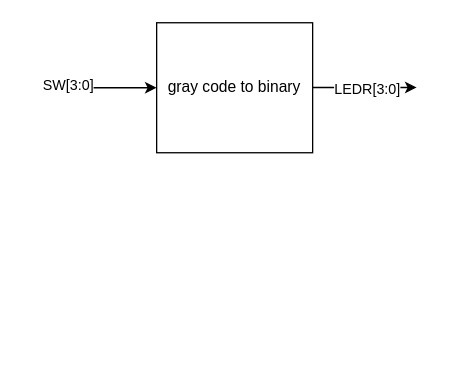
Earlier version of the draw.io diagram page "Gray Code" (4 of 4) of media/Designs.drawio (carloszlopez/DigitalDesignClass). Source tidied: cells renumbered, new cells numbered last; positions are measured from the earlier drawing's top-left corner, leaving out a move shared by most shapes. Both pictures are drawn from the tidied source at 130%, with x=0, y=0 at pixel (52, 22).
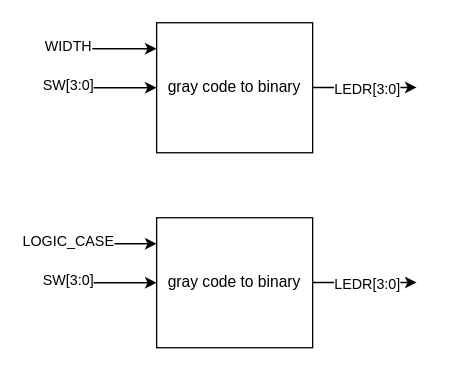
After the change.

Commit message (it also covers changes not shown here):
logic_gate_case compiled and tested (#4)

Diff of the diagram source:
```diff
@@
+    <mxCell id="7" value="gray code to binary" style="rounded=0;whiteSpace=wrap;html=1;" parent="1" vertex="1">
+      <mxGeometry x="80" y="150" width="120" height="100" as="geometry" />
+    </mxCell>
+    <mxCell id="8" style="endArrow=classic;html=1;rounded=0;entryX=0;entryY=0.5;entryDx=0;entryDy=0;" parent="1" edge="1" target="7">
+      <mxGeometry relative="1" as="geometry">
+        <mxPoint y="200" as="sourcePoint" />
+      </mxGeometry>
+    </mxCell>
+    <mxCell id="9" value="SW[3:0]" style="edgeLabel;html=1;align=center;verticalAlign=middle;" parent="8" vertex="1">
+      <mxGeometry x="-0.72" y="3" relative="1" as="geometry" />
+    </mxCell>
+    <mxCell id="10" style="endArrow=classic;html=1;rounded=0;entryX=0;entryY=0.5;entryDx=0;entryDy=0;" parent="1" edge="1">
+      <mxGeometry relative="1" as="geometry">
+        <mxPoint x="200" y="199.8" as="sourcePoint" />
+        <mxPoint x="280" y="199.8" as="targetPoint" />
+      </mxGeometry>
+    </mxCell>
+    <mxCell id="11" value="LEDR[3:0]" style="edgeLabel;html=1;align=center;verticalAlign=middle;" parent="10" vertex="1">
+      <mxGeometry x="0.02" y="-1" relative="1" as="geometry" />
+    </mxCell>
+    <mxCell id="12" style="endArrow=classic;html=1;rounded=0;entryX=0;entryY=0.5;entryDx=0;entryDy=0;" parent="1" edge="1">
+      <mxGeometry relative="1" as="geometry">
+        <mxPoint y="170" as="sourcePoint" />
+        <mxPoint x="80" y="170" as="targetPoint" />
+      </mxGeometry>
+    </mxCell>
+    <mxCell id="13" value="LOGIC_CASE" style="edgeLabel;html=1;align=center;verticalAlign=middle;" parent="12" vertex="1">
+      <mxGeometry x="-0.72" y="3" relative="1" as="geometry" />
+    </mxCell>
+    <mxCell id="14" style="endArrow=classic;html=1;rounded=0;entryX=0;entryY=0.5;entryDx=0;entryDy=0;" parent="1" edge="1">
+      <mxGeometry relative="1" as="geometry">
+        <mxPoint y="20" as="sourcePoint" />
+        <mxPoint x="80" y="20" as="targetPoint" />
+      </mxGeometry>
+    </mxCell>
+    <mxCell id="15" value="WIDTH" style="edgeLabel;html=1;align=center;verticalAlign=middle;" parent="14" vertex="1">
+      <mxGeometry x="-0.72" y="3" relative="1" as="geometry" />
+    </mxCell>
```
